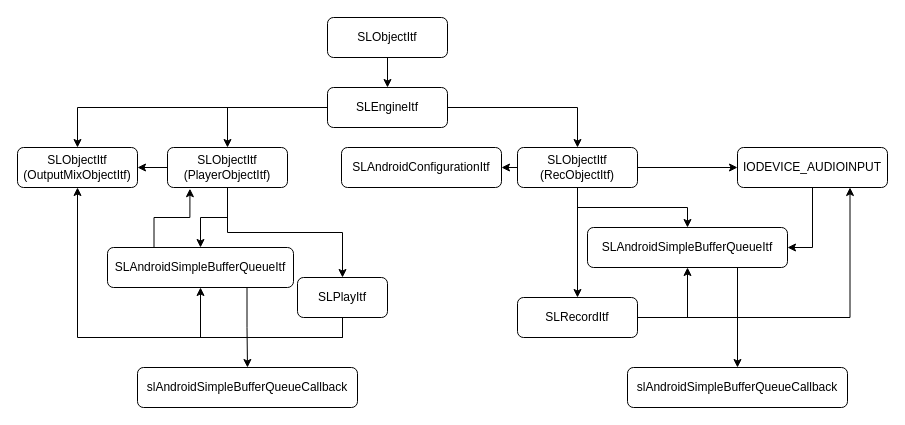
Before: Agora/opensles.drawio in hanpfei/uml_document, a draw.io diagram. Source tidied: cells renumbered, new cells numbered last; positions are measured from the earlier drawing's top-left corner, leaving out a move shared by most shapes. Both pictures are drawn from the tidied source at 100%, with x=0, y=0 at pixel (17, 17).
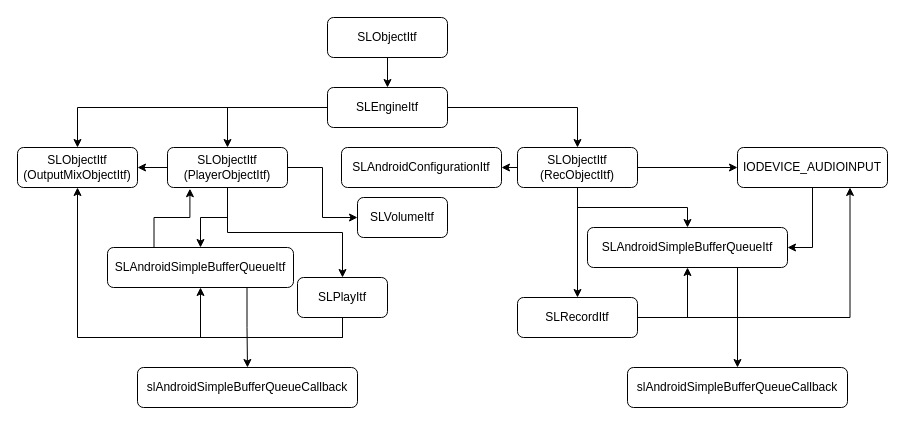
The same diagram, later.

The change refers to these unchanged cells:
```xml
<mxCell id="12" value="SLObjectItf (PlayerObjectItf)" style="rounded=1;whiteSpace=wrap;html=1;" parent="1" vertex="1">
  <mxGeometry x="150" y="130" width="120" height="40" as="geometry" />
</mxCell>
```

The edit, as a diff of the source:
```diff
@@
+    <mxCell id="34" style="edgeStyle=orthogonalEdgeStyle;rounded=0;jettySize=auto;html=1;exitX=1;exitY=0.5;exitDx=0;exitDy=0;entryX=0;entryY=0.5;entryDx=0;entryDy=0;" parent="1" edge="1" source="12" target="35">
+      <mxGeometry relative="1" as="geometry" />
+    </mxCell>
@@
+    <mxCell id="35" value="SLVolumeItf" style="rounded=1;whiteSpace=wrap;html=1;" parent="1" vertex="1">
+      <mxGeometry x="340" y="180" width="90" height="40" as="geometry" />
+    </mxCell>
```
